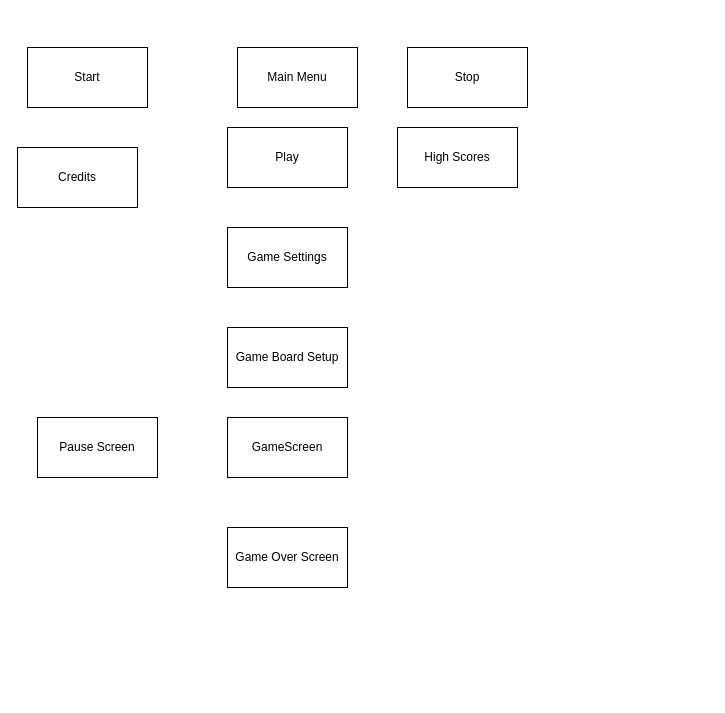
Before: DP1Passtask3.drawio in LastMinuteBanter/DistinctionTaskUML, a draw.io diagram. Source tidied: cells renumbered, new cells numbered last; positions are measured from the earlier drawing's top-left corner, leaving out a move shared by most shapes. Both pictures are drawn from the tidied source at 100%, with x=0, y=0 at pixel (17, 47).
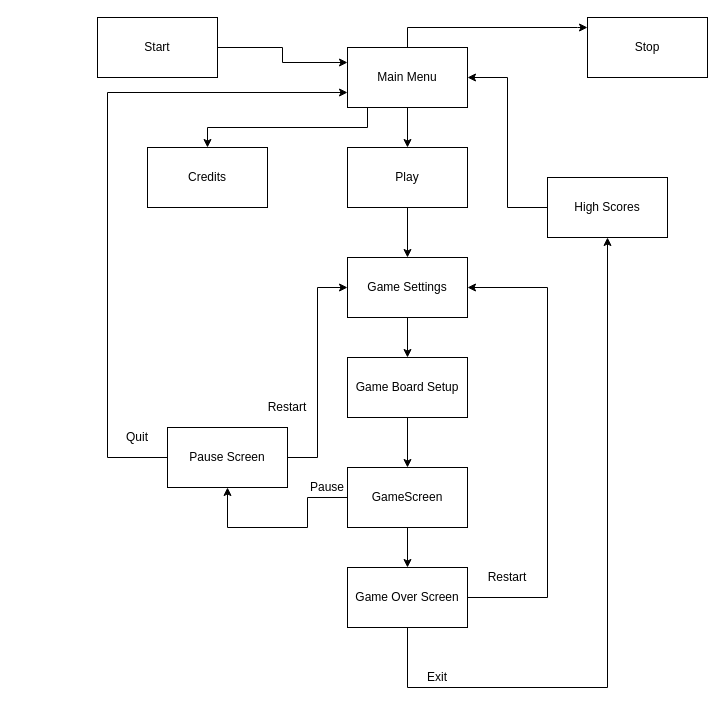
The same diagram, later.

What changed in the source:
```diff
@@
+    <mxCell id="13" style="edgeStyle=orthogonalEdgeStyle;rounded=0;jettySize=auto;html=1;exitX=0.5;exitY=1;exitDx=0;exitDy=0;" parent="1" edge="1" source="2" target="8">
+      <mxGeometry relative="1" as="geometry" />
+    </mxCell>
+    <mxCell id="14" style="edgeStyle=orthogonalEdgeStyle;rounded=0;jettySize=auto;html=1;" parent="1" edge="1" source="2">
+      <mxGeometry relative="1" as="geometry">
+        <mxPoint x="570" y="-20" as="targetPoint" />
+        <Array as="points">
+          <mxPoint x="390" y="-20" />
+          <mxPoint x="560" y="-20" />
+        </Array>
+      </mxGeometry>
+    </mxCell>
+    <mxCell id="15" style="edgeStyle=orthogonalEdgeStyle;rounded=0;jettySize=auto;html=1;" parent="1" edge="1" source="2" target="6">
+      <mxGeometry relative="1" as="geometry">
+        <Array as="points">
+          <mxPoint x="350" y="80" />
+          <mxPoint x="190" y="80" />
+        </Array>
+      </mxGeometry>
+    </mxCell>
     <mxCell id="2" value="Main Menu" style="rounded=0;whiteSpace=wrap;html=1;" parent="1" vertex="1">
-      <mxGeometry x="220" width="120" height="60" as="geometry" />
+      <mxGeometry x="330" width="120" height="60" as="geometry" />
     </mxCell>
+    <mxCell id="16" style="edgeStyle=orthogonalEdgeStyle;rounded=0;jettySize=auto;html=1;entryX=0;entryY=0.25;entryDx=0;entryDy=0;" parent="1" edge="1" source="3" target="2">
+      <mxGeometry relative="1" as="geometry">
+        <Array as="points">
+          <mxPoint x="265" />
+          <mxPoint x="265" y="15" />
+        </Array>
+      </mxGeometry>
+    </mxCell>
     <mxCell id="3" value="Start" style="rounded=0;whiteSpace=wrap;html=1;" parent="1" vertex="1">
-      <mxGeometry x="10" width="120" height="60" as="geometry" />
+      <mxGeometry x="80" y="-30" width="120" height="60" as="geometry" />
     </mxCell>
     <mxCell id="4" value="Stop" style="rounded=0;whiteSpace=wrap;html=1;" parent="1" vertex="1">
-      <mxGeometry x="390" width="120" height="60" as="geometry" />
+      <mxGeometry x="570" y="-30" width="120" height="60" as="geometry" />
     </mxCell>
+    <mxCell id="17" style="edgeStyle=orthogonalEdgeStyle;rounded=0;jettySize=auto;html=1;exitX=0.5;exitY=1;exitDx=0;exitDy=0;entryX=0.5;entryY=0;entryDx=0;entryDy=0;" parent="1" edge="1" source="5" target="9">
+      <mxGeometry relative="1" as="geometry" />
+    </mxCell>
     <mxCell id="5" value="Game Settings" style="rounded=0;whiteSpace=wrap;html=1;" parent="1" vertex="1">
-      <mxGeometry x="210" y="180" width="120" height="60" as="geometry" />
+      <mxGeometry x="330" y="210" width="120" height="60" as="geometry" />
     </mxCell>
     <mxCell id="6" value="Credits" style="rounded=0;whiteSpace=wrap;html=1;" parent="1" vertex="1">
-      <mxGeometry y="100" width="120" height="60" as="geometry" />
+      <mxGeometry x="130" y="100" width="120" height="60" as="geometry" />
     </mxCell>
+    <mxCell id="18" style="edgeStyle=orthogonalEdgeStyle;rounded=0;jettySize=auto;html=1;entryX=1;entryY=0.5;entryDx=0;entryDy=0;" parent="1" edge="1" source="7" target="2">
+      <mxGeometry relative="1" as="geometry" />
+    </mxCell>
     <mxCell id="7" value="High Scores" style="rounded=0;whiteSpace=wrap;html=1;" parent="1" vertex="1">
-      <mxGeometry x="380" y="80" width="120" height="60" as="geometry" />
+      <mxGeometry x="530" y="130" width="120" height="60" as="geometry" />
     </mxCell>
+    <mxCell id="19" style="edgeStyle=orthogonalEdgeStyle;rounded=0;jettySize=auto;html=1;exitX=0.5;exitY=1;exitDx=0;exitDy=0;" parent="1" edge="1" source="8" target="5">
+      <mxGeometry relative="1" as="geometry" />
+    </mxCell>
     <mxCell id="8" value="Play" style="rounded=0;whiteSpace=wrap;html=1;" parent="1" vertex="1">
-      <mxGeometry x="210" y="80" width="120" height="60" as="geometry" />
+      <mxGeometry x="330" y="100" width="120" height="60" as="geometry" />
     </mxCell>
+    <mxCell id="20" style="edgeStyle=orthogonalEdgeStyle;rounded=0;jettySize=auto;html=1;exitX=0.5;exitY=1;exitDx=0;exitDy=0;entryX=0.5;entryY=0;entryDx=0;entryDy=0;" parent="1" edge="1" source="9" target="10">
+      <mxGeometry relative="1" as="geometry" />
+    </mxCell>
     <mxCell id="9" value="Game Board Setup" style="rounded=0;whiteSpace=wrap;html=1;" parent="1" vertex="1">
-      <mxGeometry x="210" y="280" width="120" height="60" as="geometry" />
+      <mxGeometry x="330" y="310" width="120" height="60" as="geometry" />
     </mxCell>
+    <mxCell id="21" style="edgeStyle=orthogonalEdgeStyle;rounded=0;jettySize=auto;html=1;exitX=0.5;exitY=1;exitDx=0;exitDy=0;entryX=0.5;entryY=0;entryDx=0;entryDy=0;" parent="1" edge="1" source="10" target="12">
+      <mxGeometry relative="1" as="geometry" />
+    </mxCell>
+    <mxCell id="22" style="edgeStyle=orthogonalEdgeStyle;rounded=0;jettySize=auto;html=1;entryX=0.5;entryY=1;entryDx=0;entryDy=0;exitX=0;exitY=1;exitDx=0;exitDy=0;" parent="1" edge="1" source="10" target="11">
+      <mxGeometry relative="1" as="geometry">
+        <Array as="points">
+          <mxPoint x="330" y="450" />
+          <mxPoint x="290" y="450" />
+          <mxPoint x="290" y="480" />
+          <mxPoint x="210" y="480" />
+        </Array>
+      </mxGeometry>
+    </mxCell>
     <mxCell id="10" value="GameScreen" style="rounded=0;whiteSpace=wrap;html=1;" parent="1" vertex="1">
-      <mxGeometry x="210" y="370" width="120" height="60" as="geometry" />
+      <mxGeometry x="330" y="420" width="120" height="60" as="geometry" />
     </mxCell>
+    <mxCell id="23" style="edgeStyle=orthogonalEdgeStyle;rounded=0;jettySize=auto;html=1;entryX=0;entryY=0.75;entryDx=0;entryDy=0;" parent="1" edge="1" source="11" target="2">
+      <mxGeometry relative="1" as="geometry">
+        <Array as="points">
+          <mxPoint x="90" y="410" />
+          <mxPoint x="90" y="45" />
+        </Array>
+      </mxGeometry>
+    </mxCell>
+    <mxCell id="24" style="edgeStyle=orthogonalEdgeStyle;rounded=0;jettySize=auto;html=1;entryX=0;entryY=0.5;entryDx=0;entryDy=0;" parent="1" edge="1" source="11" target="5">
+      <mxGeometry relative="1" as="geometry" />
+    </mxCell>
     <mxCell id="11" value="Pause Screen" style="rounded=0;whiteSpace=wrap;html=1;" parent="1" vertex="1">
-      <mxGeometry x="20" y="370" width="120" height="60" as="geometry" />
+      <mxGeometry x="150" y="380" width="120" height="60" as="geometry" />
     </mxCell>
+    <mxCell id="25" style="edgeStyle=orthogonalEdgeStyle;rounded=0;jettySize=auto;html=1;entryX=1;entryY=0.5;entryDx=0;entryDy=0;" parent="1" edge="1" source="12" target="5">
+      <mxGeometry relative="1" as="geometry">
+        <Array as="points">
+          <mxPoint x="530" y="550" />
+          <mxPoint x="530" y="240" />
+        </Array>
+      </mxGeometry>
+    </mxCell>
+    <mxCell id="26" style="edgeStyle=orthogonalEdgeStyle;rounded=0;jettySize=auto;html=1;entryX=0.5;entryY=1;entryDx=0;entryDy=0;" parent="1" edge="1" source="12" target="7">
+      <mxGeometry relative="1" as="geometry">
+        <Array as="points">
+          <mxPoint x="390" y="640" />
+          <mxPoint x="590" y="640" />
+        </Array>
+      </mxGeometry>
+    </mxCell>
     <mxCell id="12" value="Game Over Screen" style="rounded=0;whiteSpace=wrap;html=1;" parent="1" vertex="1">
-      <mxGeometry x="210" y="480" width="120" height="60" as="geometry" />
+      <mxGeometry x="330" y="520" width="120" height="60" as="geometry" />
     </mxCell>
+    <mxCell id="27" value="Quit" style="text;html=1;strokeColor=none;fillColor=none;align=center;verticalAlign=middle;whiteSpace=wrap;rounded=0;" parent="1" vertex="1">
+      <mxGeometry x="100" y="380" width="40" height="20" as="geometry" />
+    </mxCell>
+    <mxCell id="28" value="Restart" style="text;html=1;strokeColor=none;fillColor=none;align=center;verticalAlign=middle;whiteSpace=wrap;rounded=0;" parent="1" vertex="1">
+      <mxGeometry x="250" y="350" width="40" height="20" as="geometry" />
+    </mxCell>
+    <mxCell id="29" value="Pause" style="text;html=1;strokeColor=none;fillColor=none;align=center;verticalAlign=middle;whiteSpace=wrap;rounded=0;" parent="1" vertex="1">
+      <mxGeometry x="290" y="430" width="40" height="20" as="geometry" />
+    </mxCell>
+    <mxCell id="30" value="Restart" style="text;html=1;strokeColor=none;fillColor=none;align=center;verticalAlign=middle;whiteSpace=wrap;rounded=0;" parent="1" vertex="1">
+      <mxGeometry x="470" y="520" width="40" height="20" as="geometry" />
+    </mxCell>
+    <mxCell id="31" value="Exit" style="text;html=1;strokeColor=none;fillColor=none;align=center;verticalAlign=middle;whiteSpace=wrap;rounded=0;" parent="1" vertex="1">
+      <mxGeometry x="400" y="620" width="40" height="20" as="geometry" />
+    </mxCell>
```
